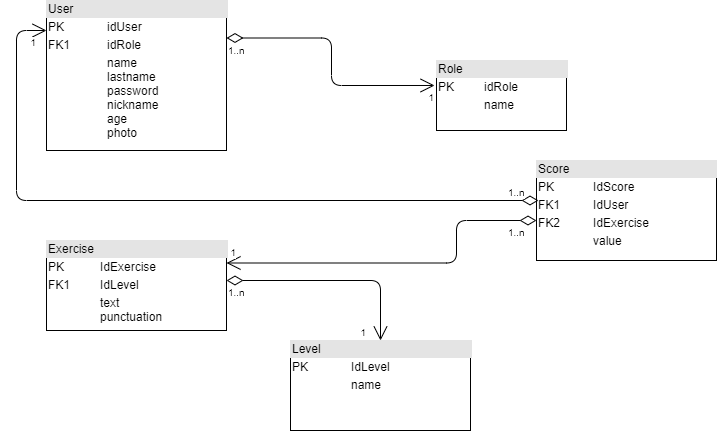
The draw.io diagram Docs/DB_Diagram.png in KattyGZC/RPP, before a commit. Source tidied: cells renumbered, new cells last; positions are measured from the earlier drawing's top-left corner, leaving out a move shared by most shapes. Its diagram source:
```xml
<mxGraphModel>
  <root>
    <mxCell id="0" />
    <mxCell id="1" parent="0" />
    <mxCell id="2" value="&lt;div style=&quot;box-sizing: border-box ; width: 100% ; background: #e4e4e4 ; padding: 2px&quot;&gt;User&lt;/div&gt;&lt;table style=&quot;width: 100% ; font-size: 1em&quot; cellpadding=&quot;2&quot; cellspacing=&quot;0&quot;&gt;&lt;tbody&gt;&lt;tr&gt;&lt;td&gt;PK&lt;/td&gt;&lt;td&gt;idUser&lt;/td&gt;&lt;/tr&gt;&lt;tr&gt;&lt;td&gt;FK1&lt;/td&gt;&lt;td&gt;idRole&lt;/td&gt;&lt;/tr&gt;&lt;tr&gt;&lt;td&gt;&lt;/td&gt;&lt;td&gt;name&lt;br&gt;lastname&lt;br&gt;password&lt;br&gt;nickname&lt;br&gt;age&lt;br&gt;photo&lt;br&gt;&lt;/td&gt;&lt;/tr&gt;&lt;/tbody&gt;&lt;/table&gt;" style="verticalAlign=top;align=left;overflow=fill;html=1;" parent="1" vertex="1">
      <mxGeometry x="30" width="180" height="150" as="geometry" />
    </mxCell>
    <mxCell id="3" value="&lt;div style=&quot;box-sizing: border-box ; width: 100% ; background: #e4e4e4 ; padding: 2px&quot;&gt;Level&lt;/div&gt;&lt;table style=&quot;width: 100% ; font-size: 1em&quot; cellpadding=&quot;2&quot; cellspacing=&quot;0&quot;&gt;&lt;tbody&gt;&lt;tr&gt;&lt;td&gt;PK&lt;/td&gt;&lt;td&gt;IdLevel&lt;/td&gt;&lt;/tr&gt;&lt;tr&gt;&lt;td&gt;&lt;br&gt;&lt;/td&gt;&lt;td&gt;name&lt;/td&gt;&lt;/tr&gt;&lt;tr&gt;&lt;td&gt;&lt;/td&gt;&lt;td&gt;&lt;br&gt;&lt;/td&gt;&lt;/tr&gt;&lt;/tbody&gt;&lt;/table&gt;" style="verticalAlign=top;align=left;overflow=fill;html=1;" parent="1" vertex="1">
      <mxGeometry x="274" y="340" width="180" height="90" as="geometry" />
    </mxCell>
    <mxCell id="4" value="&lt;div style=&quot;box-sizing: border-box ; width: 100% ; background: #e4e4e4 ; padding: 2px&quot;&gt;Exercise&lt;/div&gt;&lt;table style=&quot;width: 100% ; font-size: 1em&quot; cellpadding=&quot;2&quot; cellspacing=&quot;0&quot;&gt;&lt;tbody&gt;&lt;tr&gt;&lt;td&gt;PK&lt;/td&gt;&lt;td&gt;IdExercise&lt;/td&gt;&lt;/tr&gt;&lt;tr&gt;&lt;td&gt;FK1&lt;/td&gt;&lt;td&gt;IdLevel&lt;/td&gt;&lt;/tr&gt;&lt;tr&gt;&lt;td&gt;&lt;/td&gt;&lt;td&gt;text&lt;br&gt;punctuation&lt;/td&gt;&lt;/tr&gt;&lt;/tbody&gt;&lt;/table&gt;" style="verticalAlign=top;align=left;overflow=fill;html=1;" parent="1" vertex="1">
      <mxGeometry x="30" y="240" width="180" height="90" as="geometry" />
    </mxCell>
    <mxCell id="5" value="&lt;div style=&quot;box-sizing: border-box ; width: 100% ; background: #e4e4e4 ; padding: 2px&quot;&gt;Score&lt;/div&gt;&lt;table style=&quot;width: 100% ; font-size: 1em&quot; cellpadding=&quot;2&quot; cellspacing=&quot;0&quot;&gt;&lt;tbody&gt;&lt;tr&gt;&lt;td&gt;PK&lt;/td&gt;&lt;td&gt;IdScore&lt;/td&gt;&lt;/tr&gt;&lt;tr&gt;&lt;td&gt;FK1&lt;/td&gt;&lt;td&gt;IdUser&lt;/td&gt;&lt;/tr&gt;&lt;tr&gt;&lt;td&gt;FK2&lt;/td&gt;&lt;td&gt;IdExercise&lt;/td&gt;&lt;/tr&gt;&lt;tr&gt;&lt;td&gt;&lt;/td&gt;&lt;td&gt;value&lt;/td&gt;&lt;/tr&gt;&lt;/tbody&gt;&lt;/table&gt;" style="verticalAlign=top;align=left;overflow=fill;html=1;" parent="1" vertex="1">
      <mxGeometry x="520" y="160" width="180" height="100" as="geometry" />
    </mxCell>
    <mxCell id="6" value="&lt;div style=&quot;box-sizing: border-box ; width: 100% ; background: #e4e4e4 ; padding: 2px&quot;&gt;Role&lt;/div&gt;&lt;table style=&quot;width: 100% ; font-size: 1em&quot; cellpadding=&quot;2&quot; cellspacing=&quot;0&quot;&gt;&lt;tbody&gt;&lt;tr&gt;&lt;td&gt;PK&lt;/td&gt;&lt;td&gt;idRole&lt;/td&gt;&lt;/tr&gt;&lt;tr&gt;&lt;td&gt;&lt;br&gt;&lt;/td&gt;&lt;td&gt;name&lt;br&gt;&lt;/td&gt;&lt;/tr&gt;&lt;tr&gt;&lt;td&gt;&lt;/td&gt;&lt;td&gt;&lt;br&gt;&lt;/td&gt;&lt;/tr&gt;&lt;/tbody&gt;&lt;/table&gt;" style="verticalAlign=top;align=left;overflow=fill;html=1;" parent="1" vertex="1">
      <mxGeometry x="420" y="60" width="130" height="70" as="geometry" />
    </mxCell>
    <mxCell id="7" style="endArrow=open;html=1;endSize=12;startArrow=diamondThin;startSize=14;startFill=0;edgeStyle=orthogonalEdgeStyle;entryX=-0.015;entryY=0.357;entryDx=0;entryDy=0;exitX=1;exitY=0.25;exitDx=0;exitDy=0;entryPerimeter=0;" parent="1" edge="1" source="2" target="6">
      <mxGeometry x="-0.18" y="-23" relative="1" as="geometry">
        <mxPoint x="28" y="23" as="offset" />
      </mxGeometry>
    </mxCell>
    <mxCell id="8" value="1..n" style="html=1;align=left;verticalAlign=top;labelBackgroundColor=#ffffff;fontSize=10;" parent="7" vertex="1">
      <mxGeometry x="-1" relative="1" as="geometry" />
    </mxCell>
    <mxCell id="9" value="1" style="html=1;align=right;verticalAlign=top;labelBackgroundColor=#ffffff;fontSize=10;" parent="7" vertex="1">
      <mxGeometry x="1" relative="1" as="geometry" />
    </mxCell>
    <mxCell id="10" style="endArrow=open;html=1;endSize=12;startArrow=diamondThin;startSize=14;startFill=0;edgeStyle=orthogonalEdgeStyle;entryX=0.5;entryY=0;entryDx=0;entryDy=0;" parent="1" edge="1" target="3">
      <mxGeometry x="-0.04" relative="1" as="geometry">
        <mxPoint x="210" y="280" as="sourcePoint" />
      </mxGeometry>
    </mxCell>
    <mxCell id="11" value="1..n" style="html=1;align=left;verticalAlign=top;labelBackgroundColor=#ffffff;fontSize=10;" parent="10" vertex="1">
      <mxGeometry x="-1" relative="1" as="geometry" />
    </mxCell>
    <mxCell id="12" value="1" style="html=1;align=right;verticalAlign=top;labelBackgroundColor=#ffffff;fontSize=10;" parent="10" vertex="1">
      <mxGeometry x="1" relative="1" as="geometry">
        <mxPoint x="-14" y="-20" as="offset" />
      </mxGeometry>
    </mxCell>
    <mxCell id="13" style="endArrow=open;html=1;endSize=12;startArrow=diamondThin;startSize=14;startFill=0;edgeStyle=orthogonalEdgeStyle;entryX=1;entryY=0.25;entryDx=0;entryDy=0;" parent="1" edge="1" source="5" target="4">
      <mxGeometry relative="1" as="geometry">
        <Array as="points">
          <mxPoint x="440" y="220" />
          <mxPoint x="440" y="263" />
        </Array>
      </mxGeometry>
    </mxCell>
    <mxCell id="14" value="1..n" style="html=1;align=left;verticalAlign=top;labelBackgroundColor=#ffffff;fontSize=10;" parent="13" vertex="1">
      <mxGeometry x="-1" relative="1" as="geometry">
        <mxPoint x="-30" as="offset" />
      </mxGeometry>
    </mxCell>
    <mxCell id="15" value="1" style="html=1;align=right;verticalAlign=top;labelBackgroundColor=#ffffff;fontSize=10;" parent="13" vertex="1">
      <mxGeometry x="1" relative="1" as="geometry">
        <mxPoint x="10.5" y="-22.5" as="offset" />
      </mxGeometry>
    </mxCell>
    <mxCell id="16" style="endArrow=open;html=1;endSize=12;startArrow=diamondThin;startSize=14;startFill=0;edgeStyle=orthogonalEdgeStyle;" parent="1" edge="1" target="2">
      <mxGeometry relative="1" as="geometry">
        <mxPoint x="522" y="200" as="sourcePoint" />
        <Array as="points">
          <mxPoint y="200" />
          <mxPoint y="30" />
        </Array>
      </mxGeometry>
    </mxCell>
    <mxCell id="17" value="1..n" style="html=1;align=left;verticalAlign=top;labelBackgroundColor=#ffffff;fontSize=10;" parent="16" vertex="1">
      <mxGeometry x="-1" relative="1" as="geometry">
        <mxPoint x="-32" y="-20" as="offset" />
      </mxGeometry>
    </mxCell>
    <mxCell id="18" value="1" style="html=1;align=right;verticalAlign=top;labelBackgroundColor=#ffffff;fontSize=10;" parent="16" vertex="1">
      <mxGeometry x="1" relative="1" as="geometry">
        <mxPoint x="-10" as="offset" />
      </mxGeometry>
    </mxCell>
  </root>
</mxGraphModel>
```
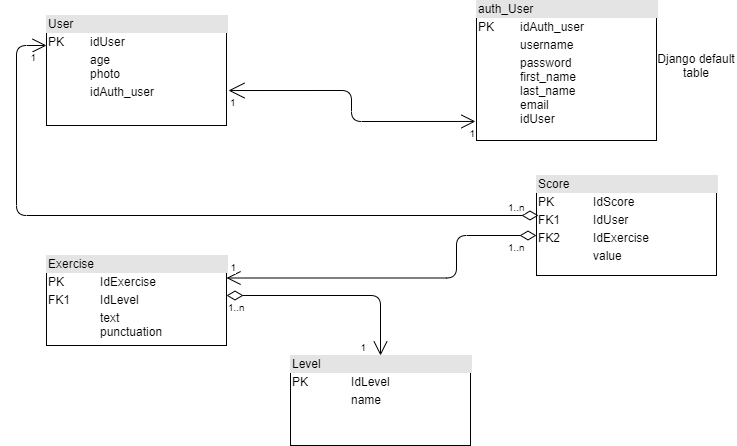
The same diagram one commit later.

The edit, as a diff of the source:
```diff
@@ -2,8 +2,8 @@
   <root>
     <mxCell id="0" />
     <mxCell id="1" parent="0" />
-    <mxCell id="2" value="&lt;div style=&quot;box-sizing: border-box ; width: 100% ; background: #e4e4e4 ; padding: 2px&quot;&gt;User&lt;/div&gt;&lt;table style=&quot;width: 100% ; font-size: 1em&quot; cellpadding=&quot;2&quot; cellspacing=&quot;0&quot;&gt;&lt;tbody&gt;&lt;tr&gt;&lt;td&gt;PK&lt;/td&gt;&lt;td&gt;idUser&lt;/td&gt;&lt;/tr&gt;&lt;tr&gt;&lt;td&gt;FK1&lt;/td&gt;&lt;td&gt;idRole&lt;/td&gt;&lt;/tr&gt;&lt;tr&gt;&lt;td&gt;&lt;/td&gt;&lt;td&gt;name&lt;br&gt;lastname&lt;br&gt;password&lt;br&gt;nickname&lt;br&gt;age&lt;br&gt;photo&lt;br&gt;&lt;/td&gt;&lt;/tr&gt;&lt;/tbody&gt;&lt;/table&gt;" style="verticalAlign=top;align=left;overflow=fill;html=1;" parent="1" vertex="1">
-      <mxGeometry x="30" width="180" height="150" as="geometry" />
+    <mxCell id="2" value="&lt;div style=&quot;box-sizing: border-box ; width: 100% ; background: #e4e4e4 ; padding: 2px&quot;&gt;User&lt;/div&gt;&lt;table style=&quot;width: 100% ; font-size: 1em&quot; cellpadding=&quot;2&quot; cellspacing=&quot;0&quot;&gt;&lt;tbody&gt;&lt;tr&gt;&lt;td&gt;PK&lt;/td&gt;&lt;td&gt;idUser&lt;/td&gt;&lt;/tr&gt;&lt;tr&gt;&lt;td&gt;&lt;br&gt;&lt;/td&gt;&lt;td&gt;age&lt;br&gt;photo&lt;br&gt;&lt;/td&gt;&lt;/tr&gt;&lt;tr&gt;&lt;td&gt;&lt;/td&gt;&lt;td&gt;idAuth_user&lt;br&gt;&lt;br&gt;&lt;/td&gt;&lt;/tr&gt;&lt;/tbody&gt;&lt;/table&gt;" style="verticalAlign=top;align=left;overflow=fill;html=1;" parent="1" vertex="1">
+      <mxGeometry x="30" width="180" height="110" as="geometry" />
     </mxCell>
     <mxCell id="3" value="&lt;div style=&quot;box-sizing: border-box ; width: 100% ; background: #e4e4e4 ; padding: 2px&quot;&gt;Level&lt;/div&gt;&lt;table style=&quot;width: 100% ; font-size: 1em&quot; cellpadding=&quot;2&quot; cellspacing=&quot;0&quot;&gt;&lt;tbody&gt;&lt;tr&gt;&lt;td&gt;PK&lt;/td&gt;&lt;td&gt;IdLevel&lt;/td&gt;&lt;/tr&gt;&lt;tr&gt;&lt;td&gt;&lt;br&gt;&lt;/td&gt;&lt;td&gt;name&lt;/td&gt;&lt;/tr&gt;&lt;tr&gt;&lt;td&gt;&lt;/td&gt;&lt;td&gt;&lt;br&gt;&lt;/td&gt;&lt;/tr&gt;&lt;/tbody&gt;&lt;/table&gt;" style="verticalAlign=top;align=left;overflow=fill;html=1;" parent="1" vertex="1">
       <mxGeometry x="274" y="340" width="180" height="90" as="geometry" />
@@ -14,15 +14,12 @@
     <mxCell id="5" value="&lt;div style=&quot;box-sizing: border-box ; width: 100% ; background: #e4e4e4 ; padding: 2px&quot;&gt;Score&lt;/div&gt;&lt;table style=&quot;width: 100% ; font-size: 1em&quot; cellpadding=&quot;2&quot; cellspacing=&quot;0&quot;&gt;&lt;tbody&gt;&lt;tr&gt;&lt;td&gt;PK&lt;/td&gt;&lt;td&gt;IdScore&lt;/td&gt;&lt;/tr&gt;&lt;tr&gt;&lt;td&gt;FK1&lt;/td&gt;&lt;td&gt;IdUser&lt;/td&gt;&lt;/tr&gt;&lt;tr&gt;&lt;td&gt;FK2&lt;/td&gt;&lt;td&gt;IdExercise&lt;/td&gt;&lt;/tr&gt;&lt;tr&gt;&lt;td&gt;&lt;/td&gt;&lt;td&gt;value&lt;/td&gt;&lt;/tr&gt;&lt;/tbody&gt;&lt;/table&gt;" style="verticalAlign=top;align=left;overflow=fill;html=1;" parent="1" vertex="1">
       <mxGeometry x="520" y="160" width="180" height="100" as="geometry" />
     </mxCell>
-    <mxCell id="6" value="&lt;div style=&quot;box-sizing: border-box ; width: 100% ; background: #e4e4e4 ; padding: 2px&quot;&gt;Role&lt;/div&gt;&lt;table style=&quot;width: 100% ; font-size: 1em&quot; cellpadding=&quot;2&quot; cellspacing=&quot;0&quot;&gt;&lt;tbody&gt;&lt;tr&gt;&lt;td&gt;PK&lt;/td&gt;&lt;td&gt;idRole&lt;/td&gt;&lt;/tr&gt;&lt;tr&gt;&lt;td&gt;&lt;br&gt;&lt;/td&gt;&lt;td&gt;name&lt;br&gt;&lt;/td&gt;&lt;/tr&gt;&lt;tr&gt;&lt;td&gt;&lt;/td&gt;&lt;td&gt;&lt;br&gt;&lt;/td&gt;&lt;/tr&gt;&lt;/tbody&gt;&lt;/table&gt;" style="verticalAlign=top;align=left;overflow=fill;html=1;" parent="1" vertex="1">
-      <mxGeometry x="420" y="60" width="130" height="70" as="geometry" />
-    </mxCell>
-    <mxCell id="7" style="endArrow=open;html=1;endSize=12;startArrow=diamondThin;startSize=14;startFill=0;edgeStyle=orthogonalEdgeStyle;entryX=-0.015;entryY=0.357;entryDx=0;entryDy=0;exitX=1;exitY=0.25;exitDx=0;exitDy=0;entryPerimeter=0;" parent="1" edge="1" source="2" target="6">
+    <mxCell id="7" style="endArrow=open;html=1;endSize=12;startArrow=open;startSize=14;startFill=0;edgeStyle=orthogonalEdgeStyle;entryX=-0.006;entryY=0.864;entryDx=0;entryDy=0;exitX=1.011;exitY=0.682;exitDx=0;exitDy=0;entryPerimeter=0;exitPerimeter=0;" parent="1" edge="1" source="2" target="19">
       <mxGeometry x="-0.18" y="-23" relative="1" as="geometry">
         <mxPoint x="28" y="23" as="offset" />
       </mxGeometry>
     </mxCell>
-    <mxCell id="8" value="1..n" style="html=1;align=left;verticalAlign=top;labelBackgroundColor=#ffffff;fontSize=10;" parent="7" vertex="1">
+    <mxCell id="8" value="1" style="html=1;align=left;verticalAlign=top;labelBackgroundColor=#ffffff;fontSize=10;" parent="7" vertex="1">
       <mxGeometry x="-1" relative="1" as="geometry" />
     </mxCell>
     <mxCell id="9" value="1" style="html=1;align=right;verticalAlign=top;labelBackgroundColor=#ffffff;fontSize=10;" parent="7" vertex="1">
@@ -78,5 +75,11 @@
         <mxPoint x="-10" as="offset" />
       </mxGeometry>
     </mxCell>
+    <mxCell id="19" value="&lt;div style=&quot;box-sizing: border-box ; width: 100% ; background: #e4e4e4 ; padding: 2px&quot;&gt;auth_User&lt;/div&gt;&lt;table style=&quot;width: 100% ; font-size: 1em&quot; cellpadding=&quot;2&quot; cellspacing=&quot;0&quot;&gt;&lt;tbody&gt;&lt;tr&gt;&lt;td&gt;PK&lt;/td&gt;&lt;td&gt;idAuth_user&lt;/td&gt;&lt;/tr&gt;&lt;tr&gt;&lt;td&gt;&lt;br&gt;&lt;/td&gt;&lt;td&gt;username&lt;/td&gt;&lt;/tr&gt;&lt;tr&gt;&lt;td&gt;&lt;/td&gt;&lt;td&gt;password&lt;br&gt;first_name&lt;br&gt;last_name&lt;br&gt;email&lt;br&gt;idUser&lt;/td&gt;&lt;/tr&gt;&lt;/tbody&gt;&lt;/table&gt;" style="verticalAlign=top;align=left;overflow=fill;html=1;" parent="1" vertex="1">
+      <mxGeometry x="460" y="-15" width="180" height="140" as="geometry" />
+    </mxCell>
+    <mxCell id="20" value="Django default table" style="text;html=1;strokeColor=none;fillColor=none;align=center;verticalAlign=middle;whiteSpace=wrap;rounded=0;" parent="1" vertex="1">
+      <mxGeometry x="640" y="40" width="80" height="20" as="geometry" />
+    </mxCell>
   </root>
 </mxGraphModel>
```
